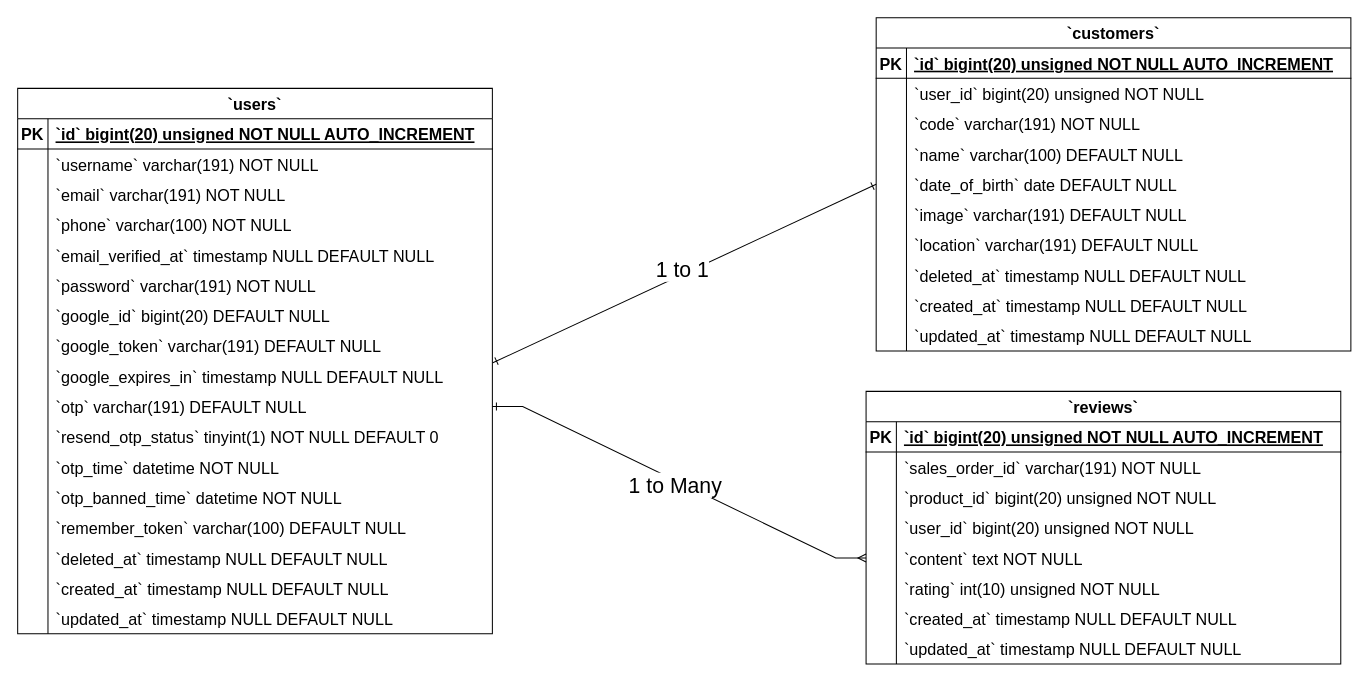
Above: Users ERD Diagram.drawio in Simasco/diagram (draw.io), before the change. Source tidied: cells renumbered, new cells numbered last; positions are measured from the earlier drawing's top-left corner, leaving out a move shared by most shapes. Both pictures are drawn from the tidied source at 101%, with x=0, y=0 at pixel (17, 17).
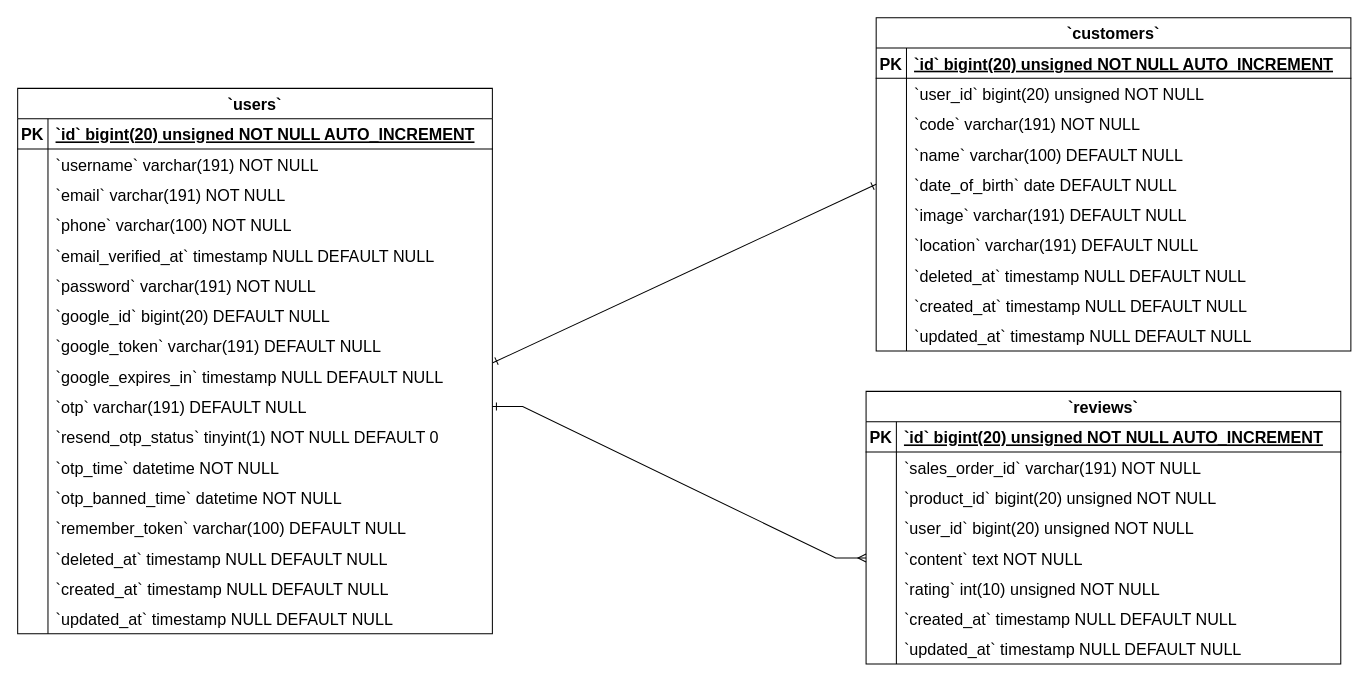
The same page after the edit.

Unchanged cells that the change refers to:
```xml
<mxCell id="110" style="fontSize=12;html=1;endArrow=ERone;startArrow=ERone;rounded=0;exitX=1.001;exitY=0.056;exitDx=0;exitDy=0;exitPerimeter=0;entryX=0;entryY=0.5;entryDx=0;entryDy=0;startFill=0;endFill=0;" parent="1" edge="1" source="27" target="67">
  <mxGeometry relative="1" as="geometry" />
</mxCell>
<mxCell id="112" style="edgeStyle=entityRelationEdgeStyle;fontSize=12;html=1;endArrow=ERmany;rounded=0;exitX=1;exitY=0.5;exitDx=0;exitDy=0;endFill=0;startArrow=ERone;startFill=0;" parent="1" edge="1" source="30" target="98">
  <mxGeometry relative="1" as="geometry" />
</mxCell>
```

Change to the diagram source:
```diff
@@
-    <mxCell id="111" value="&lt;font style=&quot;font-size: 21px;&quot;&gt;1 to 1&lt;/font&gt;" style="edgeLabel;html=1;align=center;verticalAlign=middle;" parent="110" vertex="1">
-      <mxGeometry y="5" relative="1" as="geometry" />
-    </mxCell>
@@
-    <mxCell id="113" value="&lt;font style=&quot;font-size: 21px;&quot;&gt;1 to Many&lt;/font&gt;" style="edgeLabel;html=1;align=center;verticalAlign=middle;" parent="112" vertex="1">
-      <mxGeometry x="-0.01" y="-4" relative="1" as="geometry">
-        <mxPoint x="-1" as="offset" />
-      </mxGeometry>
-    </mxCell>
```
